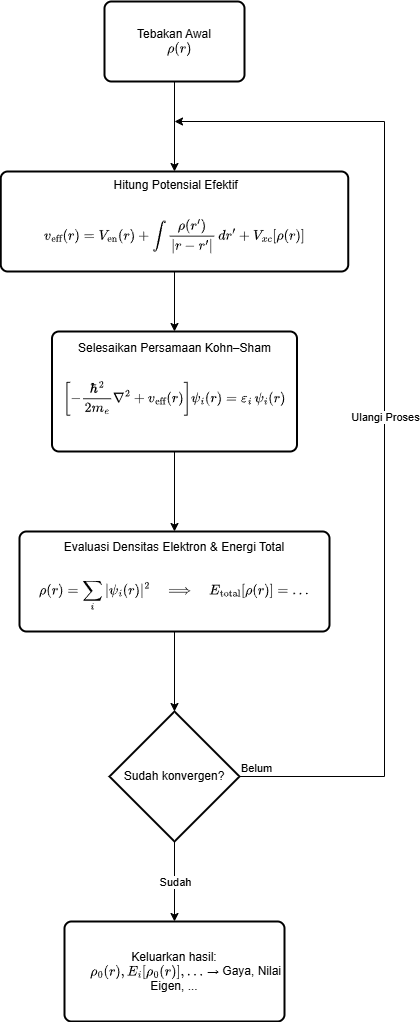
The draw.io diagram Tugas_Akhir_Latex_Source/gambar/DFT.drawio.png in mhkry412/Source_Latex_TA, before a commit. Source tidied: cells renumbered, new cells last; positions are measured from the earlier drawing's top-left corner, leaving out a move shared by most shapes. Its diagram source:
```xml
<mxGraphModel math="1">
  <root>
    <mxCell id="0" />
    <mxCell id="1" parent="0" />
    <mxCell id="2" value="&lt;div&gt;Tebakan Awal&lt;/div&gt;&lt;div&gt;&amp;nbsp; &amp;nbsp;\( \rho(r) \)&lt;/div&gt;" style="rounded=1;whiteSpace=wrap;html=1;absoluteArcSize=1;arcSize=14;strokeWidth=2;" parent="1" vertex="1">
      <mxGeometry x="104" width="140" height="80" as="geometry" />
    </mxCell>
    <mxCell id="3" value="&lt;div&gt;&amp;nbsp;Hitung Potensial Efektif&lt;/div&gt;&lt;div&gt;&amp;nbsp; &amp;nbsp;&lt;span style=&quot;background-color: transparent;&quot;&gt;$$ v_{\text{eff}}(r) = V_{\text{en}}(r) + \int \frac{\rho(r')}{|r - r'|}\,dr' + V_{xc}[\rho(r)] $$&lt;/span&gt;&lt;/div&gt;" style="rounded=1;whiteSpace=wrap;html=1;absoluteArcSize=1;arcSize=14;strokeWidth=2;" parent="1" vertex="1">
      <mxGeometry x="0.2" y="170" width="347.5" height="100" as="geometry" />
    </mxCell>
    <mxCell id="4" style="edgeStyle=orthogonalEdgeStyle;rounded=0;jettySize=auto;html=1;exitX=0.5;exitY=1;exitDx=0;exitDy=0;entryX=0.5;entryY=0;entryDx=0;entryDy=0;" parent="1" edge="1" source="5" target="6">
      <mxGeometry relative="1" as="geometry" />
    </mxCell>
    <mxCell id="5" value="&lt;div&gt;Selesaikan Persamaan Kohn–Sham&lt;/div&gt;&lt;div&gt;&amp;nbsp;&amp;nbsp;&lt;span style=&quot;background-color: transparent;&quot;&gt;$$ \left[-\frac{\hbar^2}{2m_e}\nabla^2 + v_{\text{eff}}(r)\right]\psi_i(r) = \varepsilon_i\,\psi_i(r) $$&lt;/span&gt;&lt;br&gt;&lt;/div&gt;" style="rounded=1;whiteSpace=wrap;html=1;absoluteArcSize=1;arcSize=14;strokeWidth=2;" parent="1" vertex="1">
      <mxGeometry x="51.5" y="330" width="245" height="120" as="geometry" />
    </mxCell>
    <mxCell id="6" value="&lt;div&gt;Evaluasi Densitas Elektron &amp;amp; Energi Total&lt;/div&gt;&lt;div&gt;&amp;nbsp; &amp;nbsp;&lt;span style=&quot;background-color: transparent;&quot;&gt;$$ \rho(r) = \sum_i |\psi_i(r)|^2 \quad\Longrightarrow\quad E_{\text{total}}[\rho(r)] = \dots $$&lt;/span&gt;&lt;/div&gt;" style="rounded=1;whiteSpace=wrap;html=1;absoluteArcSize=1;arcSize=14;strokeWidth=2;" parent="1" vertex="1">
      <mxGeometry x="19" y="530" width="310" height="100" as="geometry" />
    </mxCell>
    <mxCell id="7" value="Sudah konvergen?" style="strokeWidth=2;html=1;shape=mxgraph.flowchart.decision;whiteSpace=wrap;" parent="1" vertex="1">
      <mxGeometry x="109" y="710" width="130" height="130" as="geometry" />
    </mxCell>
    <mxCell id="8" value="&lt;div&gt;Keluarkan hasil:&lt;/div&gt;&lt;div&gt;&amp;nbsp; &amp;nbsp; &amp;nbsp; &amp;nbsp;\(\rho_0(r), E_i[\rho_0(r)], \dots\) → Gaya, Nilai Eigen, ...&lt;/div&gt;" style="rounded=1;whiteSpace=wrap;html=1;absoluteArcSize=1;arcSize=14;strokeWidth=2;" parent="1" vertex="1">
      <mxGeometry x="64" y="920" width="220" height="100" as="geometry" />
    </mxCell>
    <mxCell id="9" style="endArrow=classic;html=1;rounded=0;exitX=0.5;exitY=1;exitDx=0;exitDy=0;entryX=0.5;entryY=0;entryDx=0;entryDy=0;" parent="1" edge="1" source="2" target="3">
      <mxGeometry relative="1" as="geometry" />
    </mxCell>
    <mxCell id="10" style="endArrow=classic;html=1;rounded=0;exitX=0.5;exitY=1;exitDx=0;exitDy=0;entryX=0.5;entryY=0;entryDx=0;entryDy=0;" parent="1" edge="1" source="3" target="5">
      <mxGeometry relative="1" as="geometry" />
    </mxCell>
    <mxCell id="11" style="edgeStyle=orthogonalEdgeStyle;rounded=0;jettySize=auto;html=1;exitX=0.5;exitY=1;exitDx=0;exitDy=0;entryX=0.5;entryY=0;entryDx=0;entryDy=0;entryPerimeter=0;" parent="1" edge="1" source="6" target="7">
      <mxGeometry relative="1" as="geometry" />
    </mxCell>
    <mxCell id="12" style="endArrow=classic;html=1;rounded=0;exitX=0.5;exitY=1;exitDx=0;exitDy=0;exitPerimeter=0;entryX=0.5;entryY=0;entryDx=0;entryDy=0;" parent="1" edge="1" source="7" target="8">
      <mxGeometry relative="1" as="geometry" />
    </mxCell>
    <mxCell id="13" value="Sudah" style="edgeLabel;html=1;align=center;verticalAlign=middle;" parent="12" vertex="1">
      <mxGeometry relative="1" as="geometry" />
    </mxCell>
    <mxCell id="14" style="endArrow=classic;html=1;rounded=0;exitX=1;exitY=0.5;exitDx=0;exitDy=0;exitPerimeter=0;" parent="1" edge="1" source="7">
      <mxGeometry relative="1" as="geometry">
        <mxPoint x="174" y="120" as="targetPoint" />
        <Array as="points">
          <mxPoint x="384" y="775" />
          <mxPoint x="384" y="120" />
        </Array>
      </mxGeometry>
    </mxCell>
    <mxCell id="15" value="Ulangi Proses" style="edgeLabel;html=1;align=center;verticalAlign=middle;" parent="14" vertex="1">
      <mxGeometry relative="1" as="geometry" />
    </mxCell>
    <mxCell id="16" value="Belum" style="edgeLabel;html=1;align=left;verticalAlign=bottom;" parent="14" vertex="1">
      <mxGeometry x="-1" relative="1" as="geometry" />
    </mxCell>
  </root>
</mxGraphModel>
```
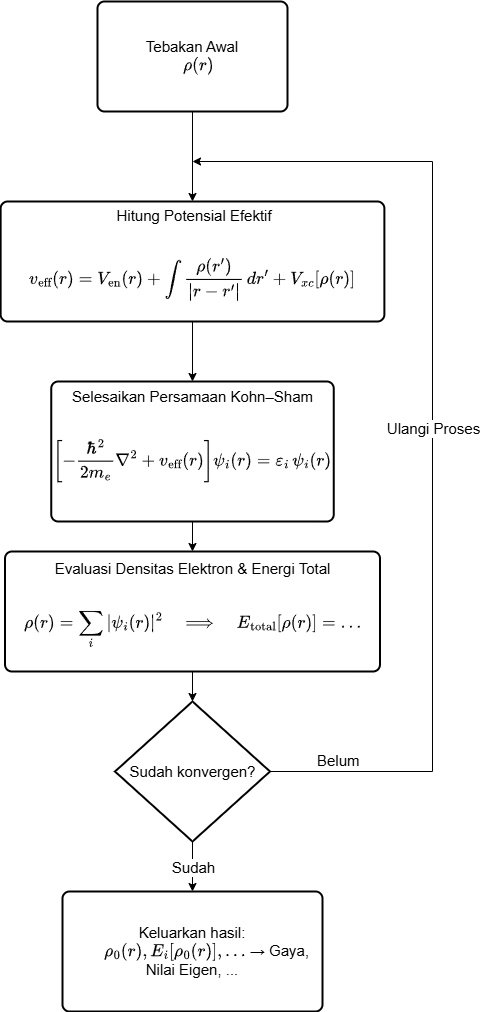
After the commit.

The edit, as a diff of the source:
```diff
@@ -2,56 +2,58 @@
   <root>
     <mxCell id="0" />
     <mxCell id="1" parent="0" />
-    <mxCell id="2" value="&lt;div&gt;Tebakan Awal&lt;/div&gt;&lt;div&gt;&amp;nbsp; &amp;nbsp;\( \rho(r) \)&lt;/div&gt;" style="rounded=1;whiteSpace=wrap;html=1;absoluteArcSize=1;arcSize=14;strokeWidth=2;" parent="1" vertex="1">
-      <mxGeometry x="104" width="140" height="80" as="geometry" />
+    <mxCell id="2" value="&lt;div&gt;Tebakan Awal&lt;/div&gt;&lt;div&gt;&amp;nbsp; &amp;nbsp;\( \rho(r) \)&lt;/div&gt;" style="rounded=1;whiteSpace=wrap;html=1;absoluteArcSize=1;arcSize=14;strokeWidth=2;fontSize=15;" parent="1" vertex="1">
+      <mxGeometry x="79" y="-110" width="190" height="110" as="geometry" />
     </mxCell>
-    <mxCell id="3" value="&lt;div&gt;&amp;nbsp;Hitung Potensial Efektif&lt;/div&gt;&lt;div&gt;&amp;nbsp; &amp;nbsp;&lt;span style=&quot;background-color: transparent;&quot;&gt;$$ v_{\text{eff}}(r) = V_{\text{en}}(r) + \int \frac{\rho(r')}{|r - r'|}\,dr' + V_{xc}[\rho(r)] $$&lt;/span&gt;&lt;/div&gt;" style="rounded=1;whiteSpace=wrap;html=1;absoluteArcSize=1;arcSize=14;strokeWidth=2;" parent="1" vertex="1">
-      <mxGeometry x="0.2" y="170" width="347.5" height="100" as="geometry" />
+    <mxCell id="3" value="&lt;div&gt;&amp;nbsp;Hitung Potensial Efektif&lt;/div&gt;&lt;div&gt;&amp;nbsp; &amp;nbsp;&lt;span style=&quot;background-color: transparent;&quot;&gt;$$ v_{\text{eff}}(r) = V_{\text{en}}(r) + \int \frac{\rho(r')}{|r - r'|}\,dr' + V_{xc}[\rho(r)] $$&lt;/span&gt;&lt;/div&gt;" style="rounded=1;whiteSpace=wrap;html=1;absoluteArcSize=1;arcSize=14;strokeWidth=2;fontSize=15;" parent="1" vertex="1">
+      <mxGeometry x="-17.9" y="90" width="383.8" height="120" as="geometry" />
     </mxCell>
-    <mxCell id="4" style="edgeStyle=orthogonalEdgeStyle;rounded=0;jettySize=auto;html=1;exitX=0.5;exitY=1;exitDx=0;exitDy=0;entryX=0.5;entryY=0;entryDx=0;entryDy=0;" parent="1" edge="1" source="5" target="6">
+    <mxCell id="4" style="edgeStyle=orthogonalEdgeStyle;rounded=0;jettySize=auto;html=1;exitX=0.5;exitY=1;exitDx=0;exitDy=0;entryX=0.5;entryY=0;entryDx=0;entryDy=0;fontSize=15;" parent="1" edge="1" source="5" target="6">
       <mxGeometry relative="1" as="geometry" />
     </mxCell>
-    <mxCell id="5" value="&lt;div&gt;Selesaikan Persamaan Kohn–Sham&lt;/div&gt;&lt;div&gt;&amp;nbsp;&amp;nbsp;&lt;span style=&quot;background-color: transparent;&quot;&gt;$$ \left[-\frac{\hbar^2}{2m_e}\nabla^2 + v_{\text{eff}}(r)\right]\psi_i(r) = \varepsilon_i\,\psi_i(r) $$&lt;/span&gt;&lt;br&gt;&lt;/div&gt;" style="rounded=1;whiteSpace=wrap;html=1;absoluteArcSize=1;arcSize=14;strokeWidth=2;" parent="1" vertex="1">
-      <mxGeometry x="51.5" y="330" width="245" height="120" as="geometry" />
+    <mxCell id="5" value="&lt;div&gt;Selesaikan Persamaan Kohn–Sham&lt;/div&gt;&lt;div&gt;&amp;nbsp;&amp;nbsp;&lt;span style=&quot;background-color: transparent;&quot;&gt;$$ \left[-\frac{\hbar^2}{2m_e}\nabla^2 + v_{\text{eff}}(r)\right]\psi_i(r) = \varepsilon_i\,\psi_i(r) $$&lt;/span&gt;&lt;br&gt;&lt;/div&gt;" style="rounded=1;whiteSpace=wrap;html=1;absoluteArcSize=1;arcSize=14;strokeWidth=2;fontSize=15;" parent="1" vertex="1">
+      <mxGeometry x="32.8" y="270" width="282.5" height="140" as="geometry" />
     </mxCell>
-    <mxCell id="6" value="&lt;div&gt;Evaluasi Densitas Elektron &amp;amp; Energi Total&lt;/div&gt;&lt;div&gt;&amp;nbsp; &amp;nbsp;&lt;span style=&quot;background-color: transparent;&quot;&gt;$$ \rho(r) = \sum_i |\psi_i(r)|^2 \quad\Longrightarrow\quad E_{\text{total}}[\rho(r)] = \dots $$&lt;/span&gt;&lt;/div&gt;" style="rounded=1;whiteSpace=wrap;html=1;absoluteArcSize=1;arcSize=14;strokeWidth=2;" parent="1" vertex="1">
-      <mxGeometry x="19" y="530" width="310" height="100" as="geometry" />
+    <mxCell id="6" value="&lt;div&gt;&lt;font&gt;Evaluasi Densitas Elektron &amp;amp; Energi Total&lt;/font&gt;&lt;/div&gt;&lt;div&gt;&lt;font&gt;&amp;nbsp; &amp;nbsp;&lt;span style=&quot;background-color: transparent;&quot;&gt;$$ \rho(r) = \sum_i |\psi_i(r)|^2 \quad\Longrightarrow\quad E_{\text{total}}[\rho(r)] = \dots $$&lt;/span&gt;&lt;/font&gt;&lt;/div&gt;" style="rounded=1;whiteSpace=wrap;html=1;absoluteArcSize=1;arcSize=14;strokeWidth=2;fontSize=15;" parent="1" vertex="1">
+      <mxGeometry x="-13.5" y="440" width="375" height="120" as="geometry" />
     </mxCell>
-    <mxCell id="7" value="Sudah konvergen?" style="strokeWidth=2;html=1;shape=mxgraph.flowchart.decision;whiteSpace=wrap;" parent="1" vertex="1">
-      <mxGeometry x="109" y="710" width="130" height="130" as="geometry" />
+    <mxCell id="7" value="Sudah konvergen?" style="strokeWidth=2;html=1;shape=mxgraph.flowchart.decision;whiteSpace=wrap;fontSize=15;" parent="1" vertex="1">
+      <mxGeometry x="96.5" y="590" width="155" height="140" as="geometry" />
     </mxCell>
-    <mxCell id="8" value="&lt;div&gt;Keluarkan hasil:&lt;/div&gt;&lt;div&gt;&amp;nbsp; &amp;nbsp; &amp;nbsp; &amp;nbsp;\(\rho_0(r), E_i[\rho_0(r)], \dots\) → Gaya, Nilai Eigen, ...&lt;/div&gt;" style="rounded=1;whiteSpace=wrap;html=1;absoluteArcSize=1;arcSize=14;strokeWidth=2;" parent="1" vertex="1">
-      <mxGeometry x="64" y="920" width="220" height="100" as="geometry" />
+    <mxCell id="8" value="&lt;div&gt;Keluarkan hasil:&lt;/div&gt;&lt;div&gt;&amp;nbsp; &amp;nbsp; &amp;nbsp; &amp;nbsp;\(\rho_0(r), E_i[\rho_0(r)], \dots\) → Gaya, Nilai Eigen, ...&lt;/div&gt;" style="rounded=1;whiteSpace=wrap;html=1;absoluteArcSize=1;arcSize=14;strokeWidth=2;fontSize=15;" parent="1" vertex="1">
+      <mxGeometry x="44" y="780" width="260" height="120" as="geometry" />
     </mxCell>
-    <mxCell id="9" style="endArrow=classic;html=1;rounded=0;exitX=0.5;exitY=1;exitDx=0;exitDy=0;entryX=0.5;entryY=0;entryDx=0;entryDy=0;" parent="1" edge="1" source="2" target="3">
+    <mxCell id="9" style="endArrow=classic;html=1;rounded=0;exitX=0.5;exitY=1;exitDx=0;exitDy=0;entryX=0.5;entryY=0;entryDx=0;entryDy=0;fontSize=15;" parent="1" edge="1" source="2" target="3">
       <mxGeometry relative="1" as="geometry" />
     </mxCell>
-    <mxCell id="10" style="endArrow=classic;html=1;rounded=0;exitX=0.5;exitY=1;exitDx=0;exitDy=0;entryX=0.5;entryY=0;entryDx=0;entryDy=0;" parent="1" edge="1" source="3" target="5">
+    <mxCell id="10" style="endArrow=classic;html=1;rounded=0;exitX=0.5;exitY=1;exitDx=0;exitDy=0;entryX=0.5;entryY=0;entryDx=0;entryDy=0;fontSize=15;" parent="1" edge="1" source="3" target="5">
       <mxGeometry relative="1" as="geometry" />
     </mxCell>
-    <mxCell id="11" style="edgeStyle=orthogonalEdgeStyle;rounded=0;jettySize=auto;html=1;exitX=0.5;exitY=1;exitDx=0;exitDy=0;entryX=0.5;entryY=0;entryDx=0;entryDy=0;entryPerimeter=0;" parent="1" edge="1" source="6" target="7">
+    <mxCell id="11" style="edgeStyle=orthogonalEdgeStyle;rounded=0;jettySize=auto;html=1;exitX=0.5;exitY=1;exitDx=0;exitDy=0;entryX=0.5;entryY=0;entryDx=0;entryDy=0;entryPerimeter=0;fontSize=15;" parent="1" edge="1" source="6" target="7">
       <mxGeometry relative="1" as="geometry" />
     </mxCell>
-    <mxCell id="12" style="endArrow=classic;html=1;rounded=0;exitX=0.5;exitY=1;exitDx=0;exitDy=0;exitPerimeter=0;entryX=0.5;entryY=0;entryDx=0;entryDy=0;" parent="1" edge="1" source="7" target="8">
+    <mxCell id="12" style="endArrow=classic;html=1;rounded=0;exitX=0.5;exitY=1;exitDx=0;exitDy=0;exitPerimeter=0;entryX=0.5;entryY=0;entryDx=0;entryDy=0;fontSize=15;" parent="1" edge="1" source="7" target="8">
       <mxGeometry relative="1" as="geometry" />
     </mxCell>
-    <mxCell id="13" value="Sudah" style="edgeLabel;html=1;align=center;verticalAlign=middle;" parent="12" vertex="1">
+    <mxCell id="13" value="Sudah" style="edgeLabel;html=1;align=center;verticalAlign=middle;fontSize=15;" parent="12" vertex="1">
       <mxGeometry relative="1" as="geometry" />
     </mxCell>
-    <mxCell id="14" style="endArrow=classic;html=1;rounded=0;exitX=1;exitY=0.5;exitDx=0;exitDy=0;exitPerimeter=0;" parent="1" edge="1" source="7">
+    <mxCell id="14" style="endArrow=classic;html=1;rounded=0;exitX=1;exitY=0.5;exitDx=0;exitDy=0;exitPerimeter=0;fontSize=15;" parent="1" edge="1" source="7">
       <mxGeometry relative="1" as="geometry">
-        <mxPoint x="174" y="120" as="targetPoint" />
+        <mxPoint x="174" y="50" as="targetPoint" />
         <Array as="points">
-          <mxPoint x="384" y="775" />
-          <mxPoint x="384" y="120" />
+          <mxPoint x="414" y="660" />
+          <mxPoint x="414" y="50" />
         </Array>
       </mxGeometry>
     </mxCell>
-    <mxCell id="15" value="Ulangi Proses" style="edgeLabel;html=1;align=center;verticalAlign=middle;" parent="14" vertex="1">
+    <mxCell id="15" value="Ulangi Proses" style="edgeLabel;html=1;align=center;verticalAlign=middle;fontSize=15;" parent="14" vertex="1">
       <mxGeometry relative="1" as="geometry" />
     </mxCell>
-    <mxCell id="16" value="Belum" style="edgeLabel;html=1;align=left;verticalAlign=bottom;" parent="14" vertex="1">
-      <mxGeometry x="-1" relative="1" as="geometry" />
+    <mxCell id="16" value="Belum" style="edgeLabel;html=1;align=left;verticalAlign=bottom;fontSize=15;" parent="14" vertex="1">
+      <mxGeometry x="-1" relative="1" as="geometry">
+        <mxPoint x="45" as="offset" />
+      </mxGeometry>
     </mxCell>
   </root>
 </mxGraphModel>
```
